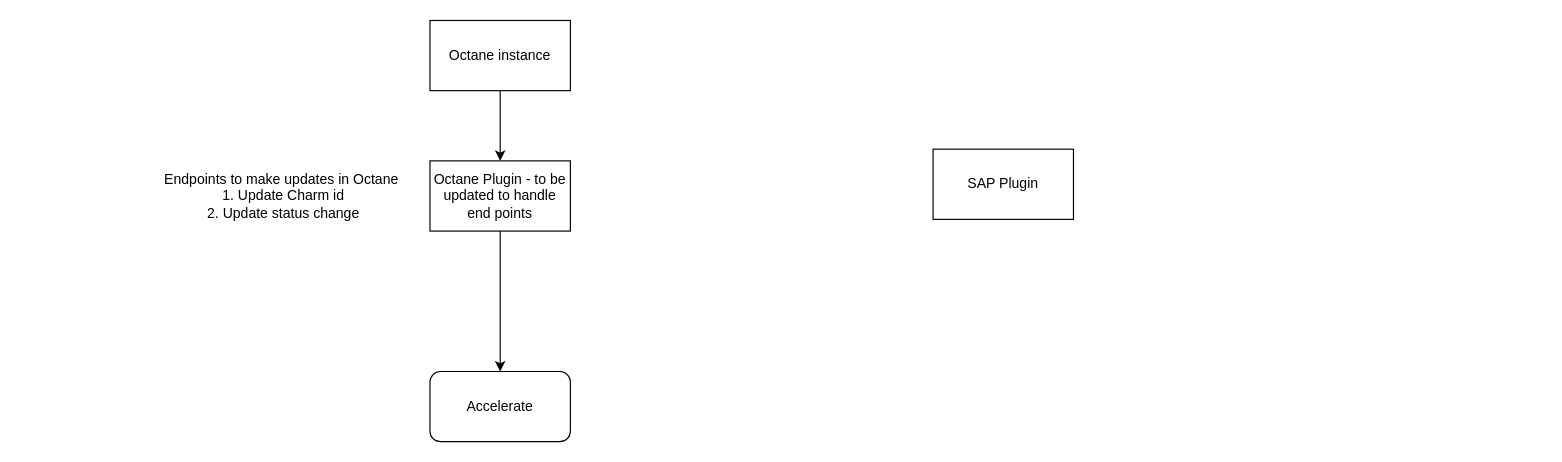
This is Untitled Diagram.drawio from deepaannjohn/cms, a draw.io file, before an edit. Source tidied: cells renumbered, new cells numbered last; positions are measured from the earlier drawing's top-left corner, leaving out a move shared by most shapes. Both pictures are drawn from the tidied source at 117%, with x=0, y=0 at pixel (160, 20).
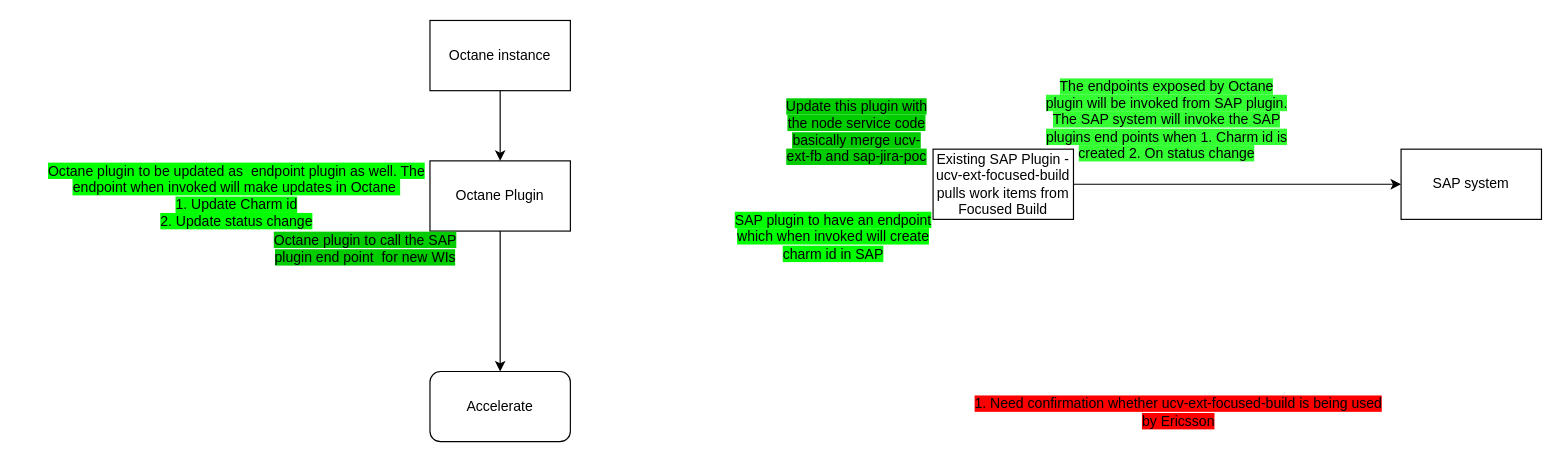
The same page after the edit.

The edit, as a diff of the source:
```diff
@@
 <mxGraphModel>
   <root>
     <mxCell id="0" />
     <mxCell id="1" parent="0" />
     <mxCell id="2" style="edgeStyle=orthogonalEdgeStyle;rounded=0;jettySize=auto;html=1;entryX=0.5;entryY=0;entryDx=0;entryDy=0;" parent="1" edge="1" source="3" target="5">
       <mxGeometry relative="1" as="geometry" />
     </mxCell>
-    <mxCell id="3" value="Octane Plugin - to be updated to handle end points" style="rounded=0;whiteSpace=wrap;html=1;" parent="1" vertex="1">
+    <mxCell id="3" value="Octane Plugin" style="rounded=0;whiteSpace=wrap;html=1;" parent="1" vertex="1">
       <mxGeometry x="230" y="120" width="120" height="60" as="geometry" />
     </mxCell>
+    <mxCell id="9" style="edgeStyle=orthogonalEdgeStyle;rounded=0;jettySize=auto;html=1;entryX=0;entryY=0.5;entryDx=0;entryDy=0;" parent="1" edge="1" source="4" target="12">
+      <mxGeometry relative="1" as="geometry" />
+    </mxCell>
-    <mxCell id="4" value="SAP Plugin" style="rounded=0;whiteSpace=wrap;html=1;" parent="1" vertex="1">
+    <mxCell id="4" value="Existing SAP Plugin - ucv-ext-focused-build pulls work items from Focused Build" style="rounded=0;whiteSpace=wrap;html=1;" parent="1" vertex="1">
       <mxGeometry x="660" y="110" width="120" height="60" as="geometry" />
     </mxCell>
     <mxCell id="5" value="Accelerate" style="rounded=1;whiteSpace=wrap;html=1;" parent="1" vertex="1">
       <mxGeometry x="230" y="300" width="120" height="60" as="geometry" />
     </mxCell>
     <mxCell id="6" style="edgeStyle=orthogonalEdgeStyle;rounded=0;jettySize=auto;html=1;" parent="1" edge="1" source="7" target="3">
       <mxGeometry relative="1" as="geometry" />
     </mxCell>
     <mxCell id="7" value="Octane instance" style="rounded=0;whiteSpace=wrap;html=1;" parent="1" vertex="1">
       <mxGeometry x="230" width="120" height="60" as="geometry" />
     </mxCell>
-    <mxCell id="8" value="Endpoints to make updates in Octane&amp;nbsp;&lt;br&gt;1. Update Charm id&lt;br&gt;2. Update status change" style="text;html=1;strokeColor=none;fillColor=none;align=center;verticalAlign=middle;whiteSpace=wrap;rounded=0;" parent="1" vertex="1">
-      <mxGeometry y="135" width="210" height="30" as="geometry" />
+    <mxCell id="8" value="&lt;span style=&quot;background-color: rgb(0 , 255 , 0)&quot;&gt;Octane plugin to be updated as&amp;nbsp; endpoint plugin as well. The endpoint when invoked will make updates in Octane&amp;nbsp;&lt;br&gt;1. Update Charm id&lt;br&gt;2. Update status change&lt;/span&gt;" style="text;html=1;strokeColor=none;fillColor=none;align=center;verticalAlign=middle;whiteSpace=wrap;rounded=0;" parent="1" vertex="1">
+      <mxGeometry x="-120" y="135" width="370" height="30" as="geometry" />
     </mxCell>
+    <mxCell id="10" value="&lt;span style=&quot;background-color: rgb(51 , 255 , 51)&quot;&gt;The endpoints exposed by Octane plugin will be invoked from SAP plugin. The SAP system will invoke the SAP plugins end points when 1. Charm id is created 2. On status change&lt;/span&gt;" style="text;html=1;strokeColor=none;fillColor=none;align=center;verticalAlign=middle;whiteSpace=wrap;rounded=0;" parent="1" vertex="1">
+      <mxGeometry x="750" y="70" width="220" height="30" as="geometry" />
+    </mxCell>
+    <mxCell id="11" value="&lt;span style=&quot;background-color: rgb(0 , 204 , 0)&quot;&gt;Update this plugin with the node service code basically merge ucv-ext-fb and sap-jira-poc&lt;/span&gt;" style="text;html=1;strokeColor=none;fillColor=none;align=center;verticalAlign=middle;whiteSpace=wrap;rounded=0;" parent="1" vertex="1">
+      <mxGeometry x="530" y="80" width="130" height="30" as="geometry" />
+    </mxCell>
+    <mxCell id="12" value="SAP system" style="rounded=0;whiteSpace=wrap;html=1;" parent="1" vertex="1">
+      <mxGeometry x="1060" y="110" width="120" height="60" as="geometry" />
+    </mxCell>
+    <mxCell id="13" value="&lt;span style=&quot;background-color: rgb(0 , 204 , 0)&quot;&gt;Octane plugin to call the SAP plugin end point&amp;nbsp; for new WIs&lt;/span&gt;" style="text;html=1;strokeColor=none;fillColor=none;align=center;verticalAlign=middle;whiteSpace=wrap;rounded=0;" parent="1" vertex="1">
+      <mxGeometry x="80" y="180" width="190" height="30" as="geometry" />
+    </mxCell>
+    <mxCell id="14" value="&lt;span style=&quot;background-color: rgb(0 , 255 , 0)&quot;&gt;SAP plugin to have an endpoint which when invoked will create charm id in SAP&lt;/span&gt;" style="text;html=1;strokeColor=none;fillColor=none;align=center;verticalAlign=middle;whiteSpace=wrap;rounded=0;" parent="1" vertex="1">
+      <mxGeometry x="490" y="170" width="170" height="30" as="geometry" />
+    </mxCell>
+    <mxCell id="15" value="&lt;span style=&quot;background-color: rgb(255 , 0 , 0)&quot;&gt;1. Need confirmation whether ucv-ext-focused-build is being used by Ericsson&lt;/span&gt;" style="text;html=1;strokeColor=none;fillColor=none;align=center;verticalAlign=middle;whiteSpace=wrap;rounded=0;" parent="1" vertex="1">
+      <mxGeometry x="690" y="320" width="360" height="30" as="geometry" />
+    </mxCell>
   </root>
 </mxGraphModel>
```
